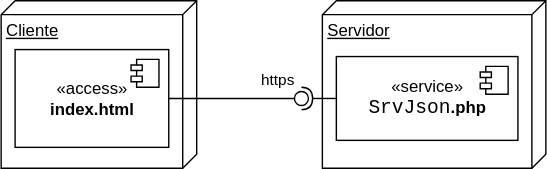
This is docs/img/m09srvjson/srvjsondistribucion.drawio.svg from gilpgawoas/gilpgawoas.github.io, a draw.io export, as it was before one commit. Source tidied: cells renumbered, new cells last; positions are measured from the earlier drawing's top-left corner, leaving out a move shared by most shapes.
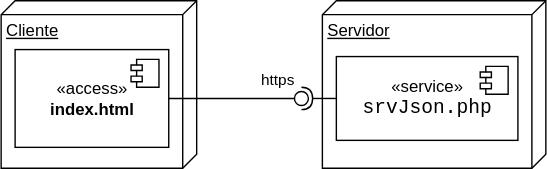
The same file after the commit.

What changed in the source:
```diff
@@ -16,7 +16,7 @@
     <mxCell id="5" value="Servidor" style="verticalAlign=top;align=left;spacingTop=8;spacingLeft=2;spacingRight=12;shape=cube;size=10;direction=south;fontStyle=4;html=1;" parent="1" vertex="1">
       <mxGeometry x="230" width="160" height="120" as="geometry" />
     </mxCell>
-    <mxCell id="6" value="«service»&lt;br&gt;&lt;span style=&quot;background-color: rgb(255, 255, 255); font-family: Consolas, &amp;quot;Courier New&amp;quot;, monospace; font-size: 14px;&quot;&gt;SrvJson&lt;/span&gt;&lt;b&gt;.php&lt;/b&gt;" style="html=1;" parent="1" vertex="1">
+    <mxCell id="6" value="«service»&lt;br&gt;&lt;font face=&quot;Consolas, Courier New, monospace&quot;&gt;&lt;span style=&quot;font-size: 14px; background-color: rgb(255, 255, 255);&quot;&gt;srvJson.php&lt;/span&gt;&lt;/font&gt;" style="html=1;" parent="1" vertex="1">
       <mxGeometry x="240" y="40" width="130" height="60" as="geometry" />
     </mxCell>
     <mxCell id="7" style="shape=module;jettyWidth=8;jettyHeight=4;" parent="6" vertex="1">
```
